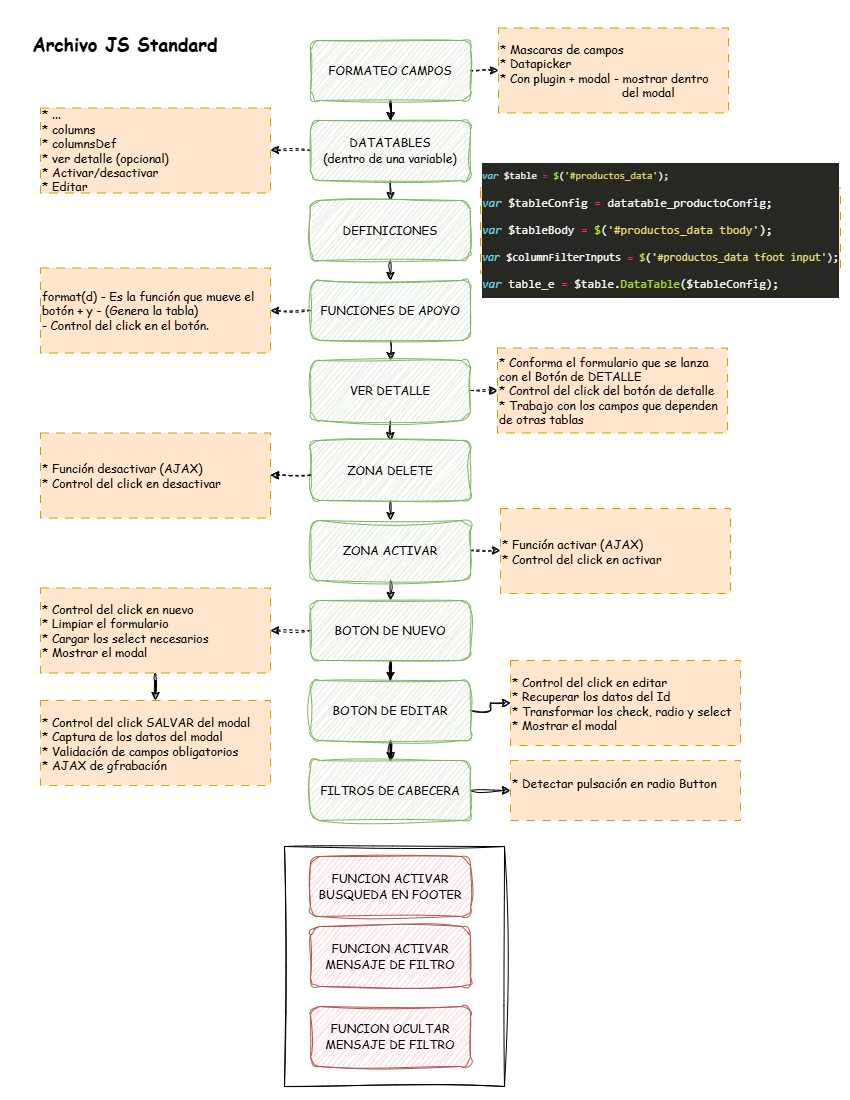
The draw.io diagram docs/Esquema_Js_standard.png in luisefeuno/CRUD, before a commit. Source tidied: cells renumbered, new cells last; positions are measured from the earlier drawing's top-left corner, leaving out a move shared by most shapes.
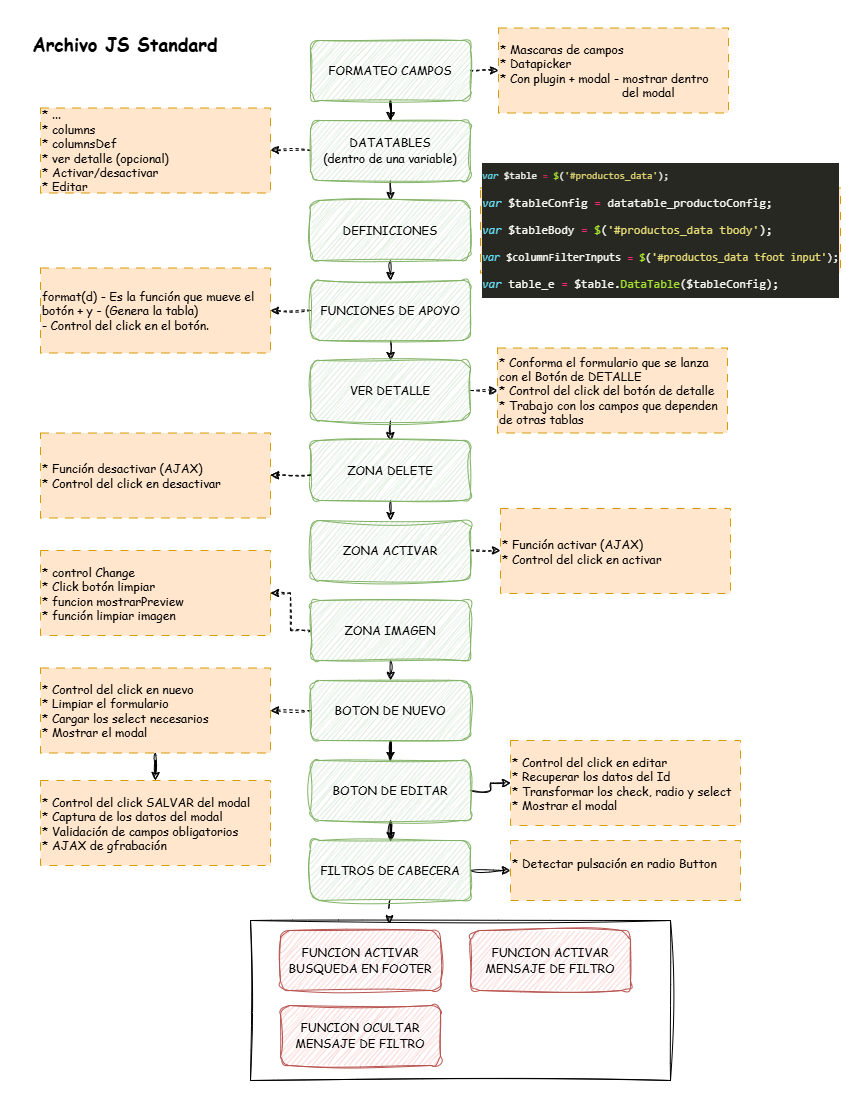
The same file after the commit.

Diff of the diagram source:
```diff
@@ -50,8 +50,10 @@
     <mxCell id="17" value="&lt;font face=&quot;Comic Sans MS&quot;&gt;ZONA DELETE&lt;/font&gt;" style="rounded=1;whiteSpace=wrap;html=1;sketch=1;curveFitting=1;jiggle=2;fillColor=#d5e8d4;strokeColor=#82b366;" parent="1" vertex="1">
       <mxGeometry x="280" y="412" width="160" height="60" as="geometry" />
     </mxCell>
-    <mxCell id="18" style="edgeStyle=orthogonalEdgeStyle;rounded=0;jettySize=auto;html=1;exitX=0.5;exitY=1;exitDx=0;exitDy=0;entryX=0.5;entryY=0;entryDx=0;entryDy=0;sketch=1;curveFitting=1;jiggle=2;" parent="1" edge="1" source="20" target="23">
-      <mxGeometry relative="1" as="geometry" />
+    <mxCell id="18" style="edgeStyle=orthogonalEdgeStyle;rounded=0;jettySize=auto;html=1;exitX=0.5;exitY=1;exitDx=0;exitDy=0;entryX=0.5;entryY=0;entryDx=0;entryDy=0;sketch=1;curveFitting=1;jiggle=2;" parent="1" edge="1" target="23">
+      <mxGeometry relative="1" as="geometry">
+        <mxPoint x="360" y="632" as="sourcePoint" />
+      </mxGeometry>
     </mxCell>
     <mxCell id="19" style="edgeStyle=orthogonalEdgeStyle;rounded=0;jettySize=auto;html=1;exitX=1;exitY=0.5;exitDx=0;exitDy=0;entryX=0;entryY=0.5;entryDx=0;entryDy=0;dashed=1;sketch=1;curveFitting=1;jiggle=2;" parent="1" edge="1" source="20" target="39">
       <mxGeometry relative="1" as="geometry" />
@@ -66,7 +68,7 @@
       <mxGeometry relative="1" as="geometry" />
     </mxCell>
     <mxCell id="23" value="&lt;font face=&quot;Comic Sans MS&quot;&gt;BOTON DE NUEVO&lt;/font&gt;" style="rounded=1;whiteSpace=wrap;html=1;sketch=1;curveFitting=1;jiggle=2;fillColor=#d5e8d4;strokeColor=#82b366;" parent="1" vertex="1">
-      <mxGeometry x="280" y="572" width="160" height="60" as="geometry" />
+      <mxGeometry x="280" y="652" width="160" height="60" as="geometry" />
     </mxCell>
     <mxCell id="24" style="edgeStyle=orthogonalEdgeStyle;rounded=0;jettySize=auto;html=1;exitX=0.5;exitY=1;exitDx=0;exitDy=0;sketch=1;curveFitting=1;jiggle=2;" parent="1" edge="1" source="26" target="28">
       <mxGeometry relative="1" as="geometry" />
@@ -75,25 +77,28 @@
       <mxGeometry relative="1" as="geometry" />
     </mxCell>
     <mxCell id="26" value="&lt;font face=&quot;Comic Sans MS&quot;&gt;BOTON DE EDITAR&lt;/font&gt;" style="rounded=1;whiteSpace=wrap;html=1;sketch=1;curveFitting=1;jiggle=2;fillColor=#d5e8d4;strokeColor=#82b366;" parent="1" vertex="1">
-      <mxGeometry x="280" y="652" width="160" height="60" as="geometry" />
+      <mxGeometry x="280" y="732" width="160" height="60" as="geometry" />
     </mxCell>
     <mxCell id="27" style="edgeStyle=orthogonalEdgeStyle;rounded=0;jettySize=auto;html=1;exitX=1;exitY=0.5;exitDx=0;exitDy=0;sketch=1;curveFitting=1;jiggle=2;" parent="1" edge="1" source="28" target="46">
       <mxGeometry relative="1" as="geometry" />
     </mxCell>
+    <mxCell id="47" style="edgeStyle=orthogonalEdgeStyle;rounded=0;jettySize=auto;html=1;exitX=0.5;exitY=1;exitDx=0;exitDy=0;sketch=1;curveFitting=1;jiggle=2;dashed=1;dashPattern=8 8;entryX=0.331;entryY=0.019;entryDx=0;entryDy=0;entryPerimeter=0;" parent="1" edge="1" source="28" target="32">
+      <mxGeometry relative="1" as="geometry" />
+    </mxCell>
     <mxCell id="28" value="&lt;font face=&quot;Comic Sans MS&quot;&gt;FILTROS DE CABECERA&lt;/font&gt;" style="rounded=1;whiteSpace=wrap;html=1;sketch=1;curveFitting=1;jiggle=2;fillColor=#d5e8d4;strokeColor=#82b366;" parent="1" vertex="1">
-      <mxGeometry x="280" y="732" width="160" height="60" as="geometry" />
+      <mxGeometry x="280" y="812" width="160" height="60" as="geometry" />
     </mxCell>
     <mxCell id="29" value="&lt;font face=&quot;Comic Sans MS&quot;&gt;FUNCION ACTIVAR BUSQUEDA EN FOOTER&lt;/font&gt;" style="rounded=1;whiteSpace=wrap;html=1;sketch=1;curveFitting=1;jiggle=2;fillColor=#f8cecc;strokeColor=#b85450;" parent="1" vertex="1">
-      <mxGeometry x="280" y="828" width="160" height="60" as="geometry" />
+      <mxGeometry x="250" y="902" width="160" height="60" as="geometry" />
     </mxCell>
     <mxCell id="30" value="&lt;font face=&quot;Comic Sans MS&quot;&gt;FUNCION ACTIVAR MENSAJE DE FILTRO&lt;/font&gt;" style="rounded=1;whiteSpace=wrap;html=1;sketch=1;curveFitting=1;jiggle=2;fillColor=#f8cecc;strokeColor=#b85450;" parent="1" vertex="1">
-      <mxGeometry x="280" y="898" width="160" height="60" as="geometry" />
+      <mxGeometry x="440" y="902" width="160" height="60" as="geometry" />
     </mxCell>
     <mxCell id="31" value="&lt;font face=&quot;Comic Sans MS&quot;&gt;FUNCION OCULTAR MENSAJE DE FILTRO&lt;/font&gt;" style="rounded=1;whiteSpace=wrap;html=1;sketch=1;curveFitting=1;jiggle=2;fillColor=#f8cecc;strokeColor=#b85450;" parent="1" vertex="1">
-      <mxGeometry x="280" y="978" width="160" height="60" as="geometry" />
+      <mxGeometry x="250" y="977" width="160" height="60" as="geometry" />
     </mxCell>
     <mxCell id="32" style="rounded=0;whiteSpace=wrap;html=1;fillColor=none;sketch=1;curveFitting=1;jiggle=2;" parent="1" vertex="1">
-      <mxGeometry x="254" y="818" width="220" height="240" as="geometry" />
+      <mxGeometry x="220" y="892" width="420" height="160" as="geometry" />
     </mxCell>
     <mxCell id="33" value="* Mascaras de campos&lt;div&gt;* Datapicker&lt;/div&gt;&lt;div&gt;* Con plugin + modal - mostrar dentro&amp;nbsp; &amp;nbsp; &amp;nbsp; &amp;nbsp; &amp;nbsp; &amp;nbsp; &amp;nbsp; &amp;nbsp; &amp;nbsp; &amp;nbsp; &amp;nbsp; &amp;nbsp; &amp;nbsp; &amp;nbsp; &amp;nbsp; &amp;nbsp; &amp;nbsp; &amp;nbsp; &amp;nbsp; &amp;nbsp; del modal&lt;/div&gt;" style="text;html=1;align=left;verticalAlign=middle;whiteSpace=wrap;rounded=0;fontFamily=Comic Sans MS;dashed=1;dashPattern=8 8;fillColor=#ffe6cc;strokeColor=#d79b00;" parent="1" vertex="1">
       <mxGeometry x="468" y="-0.5" width="230" height="85" as="geometry" />
@@ -120,10 +125,10 @@
       <mxGeometry relative="1" as="geometry" />
     </mxCell>
     <mxCell id="41" value="&lt;div&gt;* Control del click en nuevo&lt;/div&gt;&lt;div&gt;* Limpiar el formulario&lt;/div&gt;&lt;div&gt;* Cargar los select necesarios&lt;/div&gt;&lt;div&gt;* Mostrar el modal&lt;/div&gt;" style="text;html=1;align=left;verticalAlign=middle;whiteSpace=wrap;rounded=0;fontFamily=Comic Sans MS;dashed=1;dashPattern=8 8;fillColor=#ffe6cc;strokeColor=#d79b00;" parent="1" vertex="1">
-      <mxGeometry x="10" y="559.5" width="230" height="85" as="geometry" />
+      <mxGeometry x="10" y="639.5" width="230" height="85" as="geometry" />
     </mxCell>
     <mxCell id="42" value="&lt;div&gt;* Control del click SALVAR del modal&lt;/div&gt;&lt;div&gt;* Captura de los datos del modal&lt;/div&gt;&lt;div&gt;* Validación de campos obligatorios&lt;/div&gt;&lt;div&gt;* AJAX de gfrabación&lt;/div&gt;" style="text;html=1;align=left;verticalAlign=middle;whiteSpace=wrap;rounded=0;fontFamily=Comic Sans MS;dashed=1;dashPattern=8 8;fillColor=#ffe6cc;strokeColor=#d79b00;" parent="1" vertex="1">
-      <mxGeometry x="10" y="672" width="230" height="85" as="geometry" />
+      <mxGeometry x="10" y="752" width="230" height="85" as="geometry" />
     </mxCell>
     <mxCell id="43" style="edgeStyle=orthogonalEdgeStyle;rounded=0;orthogonalLoop=1;jettySize=auto;html=1;exitX=0;exitY=0.5;exitDx=0;exitDy=0;dashed=1;sketch=1;curveFitting=1;jiggle=2;flowAnimation=1;" parent="1" edge="1">
       <mxGeometry relative="1" as="geometry">
@@ -135,10 +140,19 @@
       <mxGeometry width="190" height="30" as="geometry" />
     </mxCell>
     <mxCell id="45" value="&lt;div&gt;* Control del click en editar&lt;/div&gt;&lt;div&gt;* Recuperar los datos del Id&lt;/div&gt;&lt;div&gt;* Transformar los check, radio y select&lt;/div&gt;&lt;div&gt;* Mostrar el modal&lt;/div&gt;" style="text;html=1;align=left;verticalAlign=middle;whiteSpace=wrap;rounded=0;fontFamily=Comic Sans MS;dashed=1;dashPattern=8 8;fillColor=#ffe6cc;strokeColor=#d79b00;" parent="1" vertex="1">
-      <mxGeometry x="480" y="632" width="230" height="85" as="geometry" />
+      <mxGeometry x="480" y="712" width="230" height="85" as="geometry" />
     </mxCell>
     <mxCell id="46" value="&lt;div&gt;* Detectar pulsación en radio Button&lt;/div&gt;&lt;div&gt;&lt;br&gt;&lt;/div&gt;" style="text;html=1;align=left;verticalAlign=middle;whiteSpace=wrap;rounded=0;fontFamily=Comic Sans MS;dashed=1;dashPattern=8 8;fillColor=#ffe6cc;strokeColor=#d79b00;" parent="1" vertex="1">
-      <mxGeometry x="480" y="732" width="230" height="60" as="geometry" />
+      <mxGeometry x="480" y="812" width="230" height="60" as="geometry" />
     </mxCell>
+    <mxCell id="48" style="edgeStyle=orthogonalEdgeStyle;rounded=0;jettySize=auto;html=1;exitX=0;exitY=0.5;exitDx=0;exitDy=0;dashed=1;sketch=1;curveFitting=1;jiggle=2;" parent="1" edge="1" source="49" target="50">
+      <mxGeometry relative="1" as="geometry" />
+    </mxCell>
+    <mxCell id="49" value="&lt;font face=&quot;Comic Sans MS&quot;&gt;ZONA IMAGEN&lt;/font&gt;" style="rounded=1;whiteSpace=wrap;html=1;sketch=1;curveFitting=1;jiggle=2;fillColor=#d5e8d4;strokeColor=#82b366;" parent="1" vertex="1">
+      <mxGeometry x="280" y="572" width="160" height="60" as="geometry" />
+    </mxCell>
+    <mxCell id="50" value="* control Change&lt;div&gt;* Click botón limpiar&lt;/div&gt;&lt;div&gt;* funcion mostrarPreview&lt;/div&gt;&lt;div&gt;* función limpiar imagen&lt;/div&gt;" style="text;html=1;align=left;verticalAlign=middle;whiteSpace=wrap;rounded=0;fontFamily=Comic Sans MS;dashed=1;dashPattern=8 8;fillColor=#ffe6cc;strokeColor=#d79b00;" parent="1" vertex="1">
+      <mxGeometry x="10" y="522" width="230" height="85" as="geometry" />
+    </mxCell>
   </root>
 </mxGraphModel>
```
